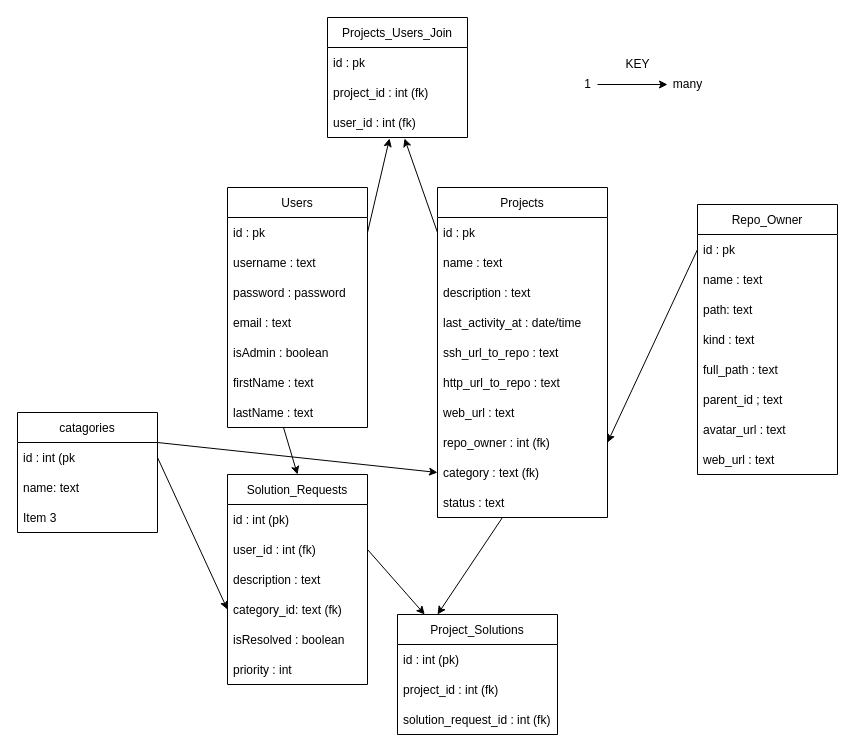
This is server/schema.drawio from sjmcclure2/Red-X, a draw.io file, before an edit. Source tidied: cells renumbered, new cells numbered last; positions are measured from the earlier drawing's top-left corner, leaving out a move shared by most shapes. Both pictures are drawn from the tidied source at 100%, with x=0, y=0 at pixel (17, 17).
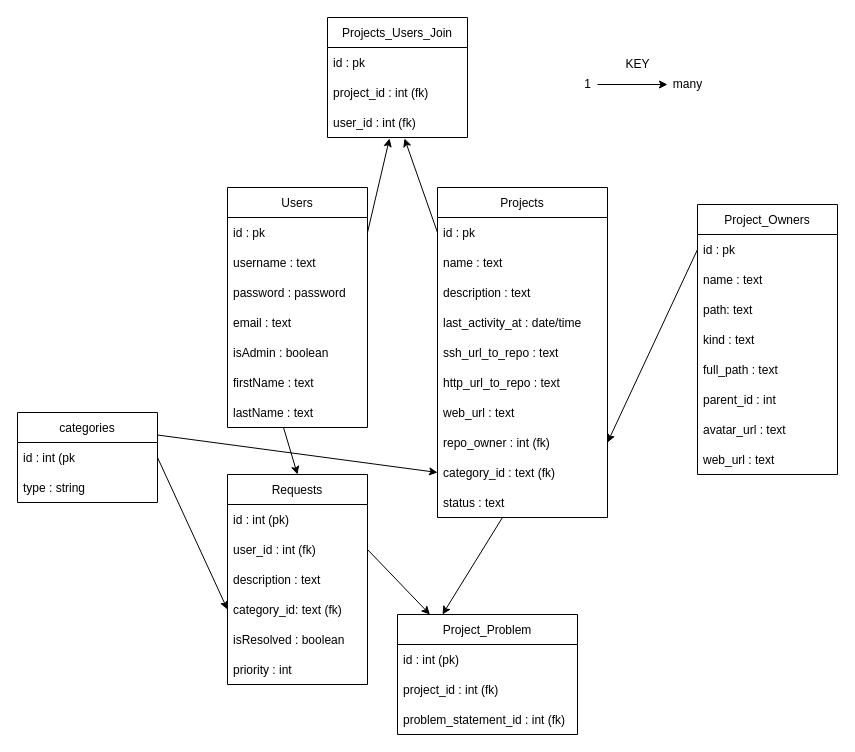
After the change.

The change refers to these unchanged cells:
```xml
<mxCell id="10" value="Projects" style="swimlane;fontStyle=0;horizontal=1;startSize=30;" parent="1" vertex="1">
  <mxGeometry x="420" y="170" width="170" height="330" as="geometry" />
</mxCell>
```

What changed in the source:
```diff
@@
-    <mxCell id="19" value="category : text (fk)" style="text;strokeColor=none;fillColor=none;align=left;verticalAlign=middle;spacingLeft=4;spacingRight=4;overflow=hidden;points=[[0,0.5],[1,0.5]];portConstraint=eastwest;" parent="10" vertex="1">
+    <mxCell id="19" value="category_id : text (fk)" style="text;strokeColor=none;fillColor=none;align=left;verticalAlign=middle;spacingLeft=4;spacingRight=4;overflow=hidden;points=[[0,0.5],[1,0.5]];portConstraint=eastwest;" parent="10" vertex="1">
       <mxGeometry y="270" width="170" height="30" as="geometry" />
     </mxCell>
@@
-    <mxCell id="21" value="Repo_Owner" style="swimlane;fontStyle=0;horizontal=1;startSize=30;" parent="1" vertex="1">
+    <mxCell id="21" value="Project_Owners" style="swimlane;fontStyle=0;horizontal=1;startSize=30;" parent="1" vertex="1">
       <mxGeometry x="680" y="187" width="140" height="270" as="geometry" />
     </mxCell>
@@
-    <mxCell id="27" value="parent_id ; text" style="text;strokeColor=none;fillColor=none;align=left;verticalAlign=middle;spacingLeft=4;spacingRight=4;overflow=hidden;" parent="21" vertex="1">
+    <mxCell id="27" value="parent_id : int" style="text;strokeColor=none;fillColor=none;align=left;verticalAlign=middle;spacingLeft=4;spacingRight=4;overflow=hidden;" parent="21" vertex="1">
       <mxGeometry y="180" width="140" height="30" as="geometry" />
     </mxCell>
@@
-    <mxCell id="37" value="Solution_Requests" style="swimlane;fontStyle=0;horizontal=1;startSize=30;" parent="1" vertex="1">
+    <mxCell id="37" value="Requests" style="swimlane;fontStyle=0;horizontal=1;startSize=30;" parent="1" vertex="1">
       <mxGeometry x="210" y="457" width="140" height="210" as="geometry" />
     </mxCell>
@@
-    <mxCell id="45" value="Project_Solutions" style="swimlane;fontStyle=0;horizontal=1;startSize=30;" parent="1" vertex="1">
-      <mxGeometry x="380" y="597" width="160" height="120" as="geometry" />
+    <mxCell id="45" value="Project_Problem" style="swimlane;fontStyle=0;horizontal=1;startSize=30;" parent="1" vertex="1">
+      <mxGeometry x="380" y="597" width="180" height="120" as="geometry" />
     </mxCell>
     <mxCell id="46" value="id : int (pk)" style="text;strokeColor=none;fillColor=none;align=left;verticalAlign=middle;spacingLeft=4;spacingRight=4;overflow=hidden;" parent="45" vertex="1">
-      <mxGeometry y="30" width="160" height="30" as="geometry" />
+      <mxGeometry y="30" width="180" height="30" as="geometry" />
     </mxCell>
     <mxCell id="47" value="project_id : int (fk)" style="text;strokeColor=none;fillColor=none;align=left;verticalAlign=middle;spacingLeft=4;spacingRight=4;overflow=hidden;" parent="45" vertex="1">
-      <mxGeometry y="60" width="160" height="30" as="geometry" />
+      <mxGeometry y="60" width="180" height="30" as="geometry" />
     </mxCell>
-    <mxCell id="48" value="solution_request_id : int (fk)" style="text;strokeColor=none;fillColor=none;align=left;verticalAlign=middle;spacingLeft=4;spacingRight=4;overflow=hidden;" parent="45" vertex="1">
-      <mxGeometry y="90" width="160" height="30" as="geometry" />
+    <mxCell id="48" value="problem_statement_id : int (fk)" style="text;strokeColor=none;fillColor=none;align=left;verticalAlign=middle;spacingLeft=4;spacingRight=4;overflow=hidden;" parent="45" vertex="1">
+      <mxGeometry y="90" width="180" height="30" as="geometry" />
     </mxCell>
@@
-    <mxCell id="52" value="catagories" style="swimlane;fontStyle=0;horizontal=1;startSize=30;" parent="1" vertex="1">
-      <mxGeometry y="395" width="140" height="120" as="geometry" />
+    <mxCell id="52" value="categories" style="swimlane;fontStyle=0;horizontal=1;startSize=30;" parent="1" vertex="1">
+      <mxGeometry y="395" width="140" height="90" as="geometry" />
     </mxCell>
@@
-    <mxCell id="54" value="name: text" style="text;strokeColor=none;fillColor=none;align=left;verticalAlign=middle;spacingLeft=4;spacingRight=4;overflow=hidden;" parent="52" vertex="1">
+    <mxCell id="54" value="type : string" style="text;strokeColor=none;fillColor=none;align=left;verticalAlign=middle;spacingLeft=4;spacingRight=4;overflow=hidden;" parent="52" vertex="1">
       <mxGeometry y="60" width="140" height="30" as="geometry" />
     </mxCell>
-    <mxCell id="55" value="Item 3" style="text;strokeColor=none;fillColor=none;align=left;verticalAlign=middle;spacingLeft=4;spacingRight=4;overflow=hidden;" parent="52" vertex="1">
-      <mxGeometry y="90" width="140" height="30" as="geometry" />
-    </mxCell>
```
